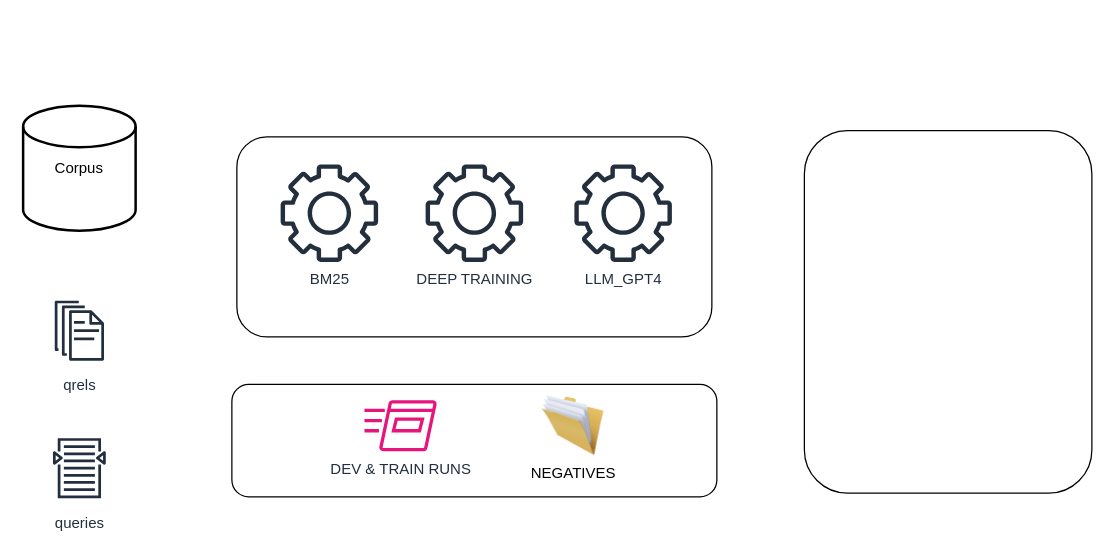
Before: drawio/ir/IR_architecture.drawio in scrodrig/Diagrams, a draw.io diagram. Source tidied: cells renumbered, new cells numbered last; positions are measured from the earlier drawing's top-left corner, leaving out a move shared by most shapes. Both pictures are drawn from the tidied source at 125%, with x=0, y=0 at pixel (22, 105).
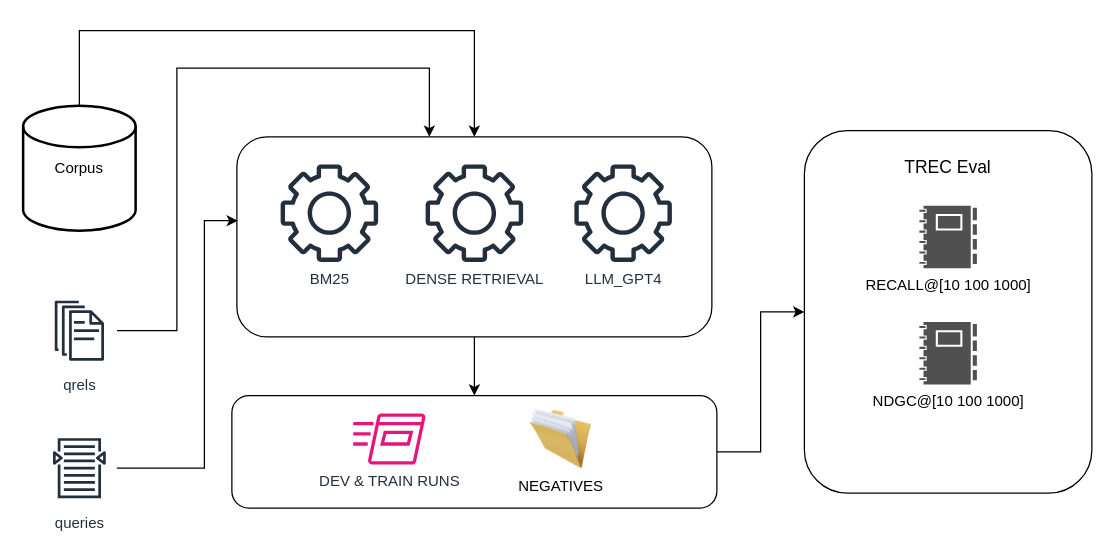
Above is the later version.

Unchanged cells that the change refers to:
```xml
<mxCell id="2" value="Corpus" style="strokeWidth=2;html=1;shape=mxgraph.flowchart.database;whiteSpace=wrap;" parent="1" vertex="1">
  <mxGeometry width="90" height="100" as="geometry" />
</mxCell>
<mxCell id="3" value="queries" style="sketch=0;outlineConnect=0;fontColor=#232F3E;gradientColor=none;strokeColor=#232F3E;fillColor=#ffffff;dashed=0;verticalLabelPosition=bottom;verticalAlign=top;align=center;html=1;fontSize=12;fontStyle=0;shape=mxgraph.aws4.resourceIcon;resIcon=mxgraph.aws4.search_documents;" parent="1" vertex="1">
  <mxGeometry x="15" y="260" width="60" height="60" as="geometry" />
</mxCell>
<mxCell id="4" value="qrels" style="sketch=0;outlineConnect=0;fontColor=#232F3E;gradientColor=none;strokeColor=#232F3E;fillColor=#ffffff;dashed=0;verticalLabelPosition=bottom;verticalAlign=top;align=center;html=1;fontSize=12;fontStyle=0;shape=mxgraph.aws4.resourceIcon;resIcon=mxgraph.aws4.documents;" parent="1" vertex="1">
  <mxGeometry x="15" y="150" width="60" height="60" as="geometry" />
</mxCell>
<mxCell id="5" style="rounded=1;whiteSpace=wrap;html=1;" parent="1" vertex="1">
  <mxGeometry x="171" y="25" width="380" height="160" as="geometry" />
</mxCell>
```

What changed in the source:
```diff
@@
+    <mxCell id="13" style="edgeStyle=orthogonalEdgeStyle;rounded=0;jettySize=auto;html=1;entryX=0.5;entryY=0;entryDx=0;entryDy=0;" parent="1" edge="1" source="2" target="5">
+      <mxGeometry relative="1" as="geometry">
+        <Array as="points">
+          <mxPoint x="45" y="-60" />
+          <mxPoint x="361" y="-60" />
+        </Array>
+      </mxGeometry>
+    </mxCell>
@@
+    <mxCell id="14" style="edgeStyle=orthogonalEdgeStyle;rounded=0;jettySize=auto;html=1;" parent="1" edge="1" source="4" target="5">
+      <mxGeometry relative="1" as="geometry">
+        <Array as="points">
+          <mxPoint x="123" y="180" />
+          <mxPoint x="123" y="-30" />
+          <mxPoint x="325" y="-30" />
+        </Array>
+      </mxGeometry>
+    </mxCell>
@@
+    <mxCell id="15" style="edgeStyle=orthogonalEdgeStyle;rounded=0;jettySize=auto;html=1;" parent="1" edge="1" source="5" target="9">
+      <mxGeometry relative="1" as="geometry" />
+    </mxCell>
@@
-    <mxCell id="7" value="DEEP TRAINING" style="sketch=0;fontColor=#232F3E;gradientColor=none;fillColor=#232F3D;strokeColor=none;dashed=0;verticalLabelPosition=bottom;verticalAlign=top;align=center;html=1;fontSize=12;fontStyle=0;shape=mxgraph.aws4.gear;" parent="1" vertex="1">
+    <mxCell id="7" value="DENSE RETRIEVAL" style="sketch=0;fontColor=#232F3E;gradientColor=none;fillColor=#232F3D;strokeColor=none;dashed=0;verticalLabelPosition=bottom;verticalAlign=top;align=center;html=1;fontSize=12;fontStyle=0;shape=mxgraph.aws4.gear;" parent="1" vertex="1">
       <mxGeometry x="322" y="47" width="78" height="78" as="geometry" />
     </mxCell>
@@
+    <mxCell id="16" style="edgeStyle=orthogonalEdgeStyle;rounded=0;jettySize=auto;html=1;entryX=0;entryY=0.5;entryDx=0;entryDy=0;" parent="1" edge="1" source="9" target="12">
+      <mxGeometry relative="1" as="geometry" />
+    </mxCell>
     <mxCell id="9" style="rounded=1;whiteSpace=wrap;html=1;" parent="1" vertex="1">
-      <mxGeometry x="167" y="223" width="388" height="90" as="geometry" />
+      <mxGeometry x="167" y="232" width="388" height="90" as="geometry" />
     </mxCell>
     <mxCell id="10" value="DEV &amp;amp; TRAIN RUNS" style="sketch=0;fontColor=#232F3E;gradientColor=none;fillColor=#E7157B;strokeColor=none;dashed=0;verticalLabelPosition=bottom;verticalAlign=top;align=center;html=1;fontSize=12;fontStyle=0;shape=mxgraph.aws4.run_command;" parent="1" vertex="1">
-      <mxGeometry x="273" y="235.6" width="58" height="40.9" as="geometry" />
+      <mxGeometry x="264" y="246.2" width="58" height="40.9" as="geometry" />
     </mxCell>
     <mxCell id="11" value="NEGATIVES" style="image;html=1;image=img/lib/clip_art/general/Full_Folder_128x128.png;" parent="1" vertex="1">
-      <mxGeometry x="415" y="232" width="50" height="48" as="geometry" />
+      <mxGeometry x="405" y="242.7" width="50" height="48" as="geometry" />
     </mxCell>
-    <mxCell id="12" style="rounded=1;whiteSpace=wrap;html=1;" parent="1" vertex="1">
+    <mxCell id="12" value="&lt;font style=&quot;font-size: 14px;&quot;&gt;TREC Eval&lt;/font&gt;&lt;div&gt;&lt;font style=&quot;font-size: 14px;&quot;&gt;&lt;br&gt;&lt;/font&gt;&lt;/div&gt;&lt;div&gt;&lt;font style=&quot;font-size: 14px;&quot;&gt;&lt;br&gt;&lt;/font&gt;&lt;/div&gt;&lt;div&gt;&lt;font style=&quot;font-size: 14px;&quot;&gt;&lt;br&gt;&lt;/font&gt;&lt;/div&gt;&lt;div&gt;&lt;font style=&quot;font-size: 14px;&quot;&gt;&lt;br&gt;&lt;/font&gt;&lt;/div&gt;&lt;div&gt;&lt;font style=&quot;font-size: 14px;&quot;&gt;&lt;br&gt;&lt;/font&gt;&lt;/div&gt;&lt;div&gt;&lt;font style=&quot;font-size: 14px;&quot;&gt;&lt;br&gt;&lt;/font&gt;&lt;/div&gt;&lt;div&gt;&lt;font style=&quot;font-size: 14px;&quot;&gt;&lt;br&gt;&lt;/font&gt;&lt;/div&gt;&lt;div&gt;&lt;font style=&quot;font-size: 14px;&quot;&gt;&lt;br&gt;&lt;/font&gt;&lt;/div&gt;&lt;div&gt;&lt;font style=&quot;font-size: 14px;&quot;&gt;&lt;br&gt;&lt;/font&gt;&lt;/div&gt;&lt;div&gt;&lt;font style=&quot;font-size: 14px;&quot;&gt;&lt;br&gt;&lt;/font&gt;&lt;/div&gt;&lt;div&gt;&lt;font style=&quot;font-size: 14px;&quot;&gt;&lt;br&gt;&lt;/font&gt;&lt;/div&gt;&lt;div&gt;&lt;font style=&quot;font-size: 14px;&quot;&gt;&lt;br&gt;&lt;/font&gt;&lt;/div&gt;&lt;div&gt;&lt;font style=&quot;font-size: 14px;&quot;&gt;&lt;br&gt;&lt;/font&gt;&lt;/div&gt;&lt;div&gt;&lt;br&gt;&lt;/div&gt;" style="rounded=1;whiteSpace=wrap;html=1;" parent="1" vertex="1">
       <mxGeometry x="625" y="20" width="230" height="290" as="geometry" />
     </mxCell>
+    <mxCell id="17" value="RECALL@[10 100 1000&lt;span style=&quot;background-color: initial;&quot;&gt;]&lt;/span&gt;" style="sketch=0;shadow=0;dashed=0;html=1;strokeColor=none;labelPosition=center;verticalLabelPosition=bottom;verticalAlign=top;align=center;fillColor=#505050;shape=mxgraph.mscae.intune.reports;" parent="1" vertex="1">
+      <mxGeometry x="717" y="80" width="46" height="50" as="geometry" />
+    </mxCell>
+    <mxCell id="18" value="NDGC@[10 100 1000]" style="sketch=0;shadow=0;dashed=0;html=1;strokeColor=none;labelPosition=center;verticalLabelPosition=bottom;verticalAlign=top;align=center;fillColor=#505050;shape=mxgraph.mscae.intune.reports;" parent="1" vertex="1">
+      <mxGeometry x="717" y="173" width="46" height="50" as="geometry" />
+    </mxCell>
+    <mxCell id="19" style="edgeStyle=orthogonalEdgeStyle;rounded=0;jettySize=auto;html=1;entryX=0.002;entryY=0.419;entryDx=0;entryDy=0;entryPerimeter=0;" parent="1" edge="1" source="3" target="5">
+      <mxGeometry relative="1" as="geometry">
+        <Array as="points">
+          <mxPoint x="145" y="290" />
+          <mxPoint x="145" y="92" />
+        </Array>
+      </mxGeometry>
+    </mxCell>
```
